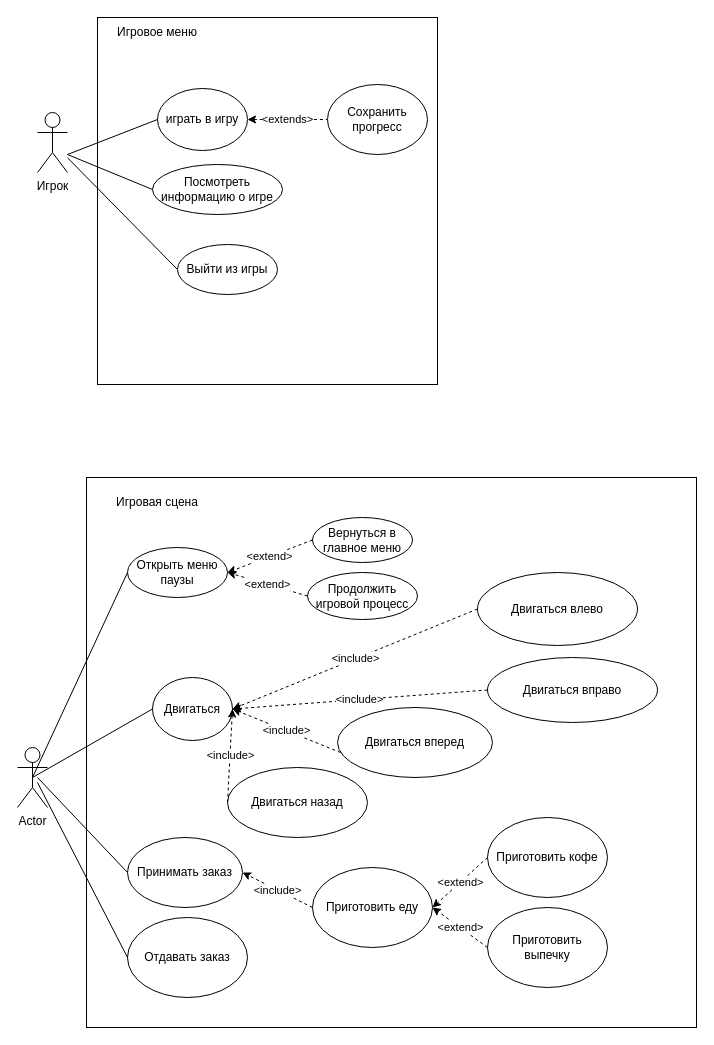
This is page "Use-case" (1 of 3) of Диаграмма без названия.drawio from Nikolai-ip/Coffe-Story-Unity-game, a draw.io file, before an edit. Source tidied: cells renumbered, new cells numbered last; positions are measured from the earlier drawing's top-left corner, leaving out a move shared by most shapes. Both pictures are drawn from the tidied source at 100%, with x=0, y=0 at pixel (17, 17).
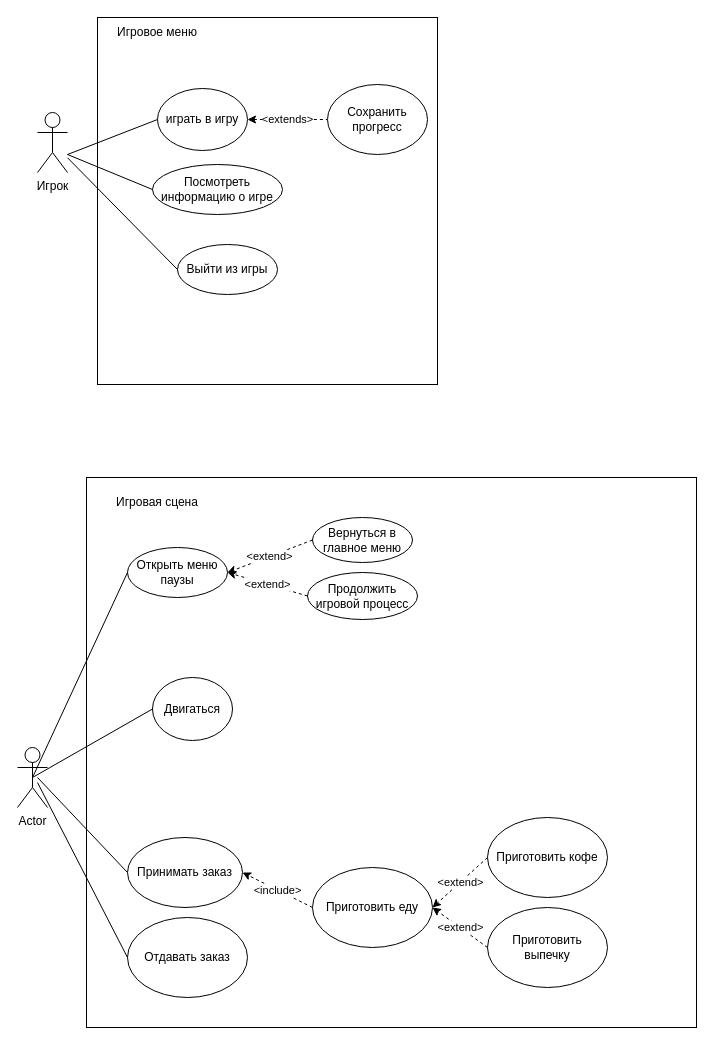
Above is the later version.

Unchanged cells that the change refers to:
```xml
<mxCell id="19" value="Двигаться" style="ellipse;whiteSpace=wrap;html=1;" parent="1" vertex="1">
  <mxGeometry x="135" y="660" width="80" height="63" as="geometry" />
</mxCell>
```

Change to the diagram source:
```diff
@@
-    <mxCell id="20" value="Двигаться влево" style="ellipse;whiteSpace=wrap;html=1;" parent="1" vertex="1">
-      <mxGeometry x="460" y="555" width="160" height="73" as="geometry" />
-    </mxCell>
-    <mxCell id="21" value="Двигаться вперед" style="ellipse;whiteSpace=wrap;html=1;" parent="1" vertex="1">
-      <mxGeometry x="320" y="690" width="155" height="70" as="geometry" />
-    </mxCell>
-    <mxCell id="22" value="Двигаться вправо" style="ellipse;whiteSpace=wrap;html=1;" parent="1" vertex="1">
-      <mxGeometry x="470" y="640" width="170" height="65" as="geometry" />
-    </mxCell>
@@
-    <mxCell id="24" value="Двигаться назад" style="ellipse;whiteSpace=wrap;html=1;" parent="1" vertex="1">
-      <mxGeometry x="210" y="750" width="140" height="70" as="geometry" />
-    </mxCell>
@@
-    <mxCell id="29" value="&amp;lt;include&amp;gt;" style="endArrow=classic;html=1;rounded=0;exitX=0;exitY=0.5;exitDx=0;exitDy=0;dashed=1;entryX=1;entryY=0.5;entryDx=0;entryDy=0;" parent="1" edge="1" source="20" target="19">
-      <mxGeometry relative="1" as="geometry" />
-    </mxCell>
-    <mxCell id="30" value="&amp;lt;include&amp;gt;" style="endArrow=classic;html=1;rounded=0;dashed=1;entryX=1;entryY=0.5;entryDx=0;entryDy=0;exitX=0;exitY=0.5;exitDx=0;exitDy=0;" parent="1" edge="1" source="22" target="19">
-      <mxGeometry relative="1" as="geometry" />
-    </mxCell>
-    <mxCell id="31" value="&amp;lt;include&amp;gt;" style="endArrow=classic;html=1;rounded=0;dashed=1;exitX=0.02;exitY=0.643;exitDx=0;exitDy=0;exitPerimeter=0;entryX=1;entryY=0.5;entryDx=0;entryDy=0;" parent="1" edge="1" source="21" target="19">
-      <mxGeometry relative="1" as="geometry" />
-    </mxCell>
-    <mxCell id="32" value="&amp;lt;include&amp;gt;" style="endArrow=classic;html=1;rounded=0;dashed=1;exitX=0;exitY=0.5;exitDx=0;exitDy=0;entryX=1;entryY=0.5;entryDx=0;entryDy=0;" parent="1" edge="1" source="24" target="19">
-      <mxGeometry relative="1" as="geometry" />
-    </mxCell>
```
